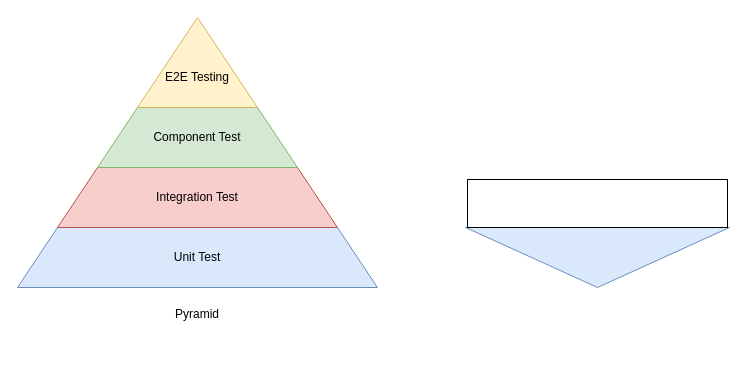
Before: page "Page-6" (6 of 6) of images/microservice-testing.drawio in josdoaitran/microservices-everything, a draw.io diagram. Source tidied: cells renumbered, new cells numbered last; positions are measured from the earlier drawing's top-left corner, leaving out a move shared by most shapes. Both pictures are drawn from the tidied source at 100%, with x=0, y=0 at pixel (17, 2).
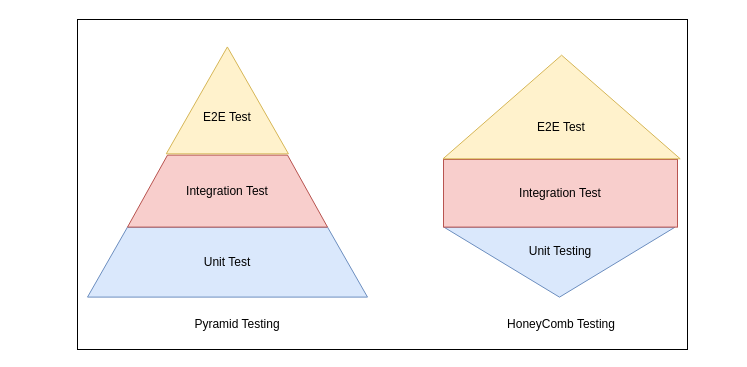
After the change.

Commit message (it also covers changes not shown here):
update images honeycob testing

The edit, as a diff of the source:
```diff
@@
 <mxGraphModel>
   <root>
     <mxCell id="0" />
     <mxCell id="1" parent="0" />
-    <mxCell id="2" value="Unit Test" style="shape=trapezoid;perimeter=trapezoidPerimeter;whiteSpace=wrap;html=1;fixedSize=1;fillColor=#dae8fc;strokeColor=#6c8ebf;size=40;" parent="1" vertex="1">
-      <mxGeometry y="225" width="360" height="60" as="geometry" />
-    </mxCell>
-    <mxCell id="3" value="Integration Test" style="shape=trapezoid;perimeter=trapezoidPerimeter;whiteSpace=wrap;html=1;fixedSize=1;fillColor=#f8cecc;strokeColor=#b85450;size=40;" parent="1" vertex="1">
-      <mxGeometry x="40" y="165" width="280" height="60" as="geometry" />
-    </mxCell>
-    <mxCell id="4" value="Component Test" style="shape=trapezoid;perimeter=trapezoidPerimeter;whiteSpace=wrap;html=1;fixedSize=1;fillColor=#d5e8d4;strokeColor=#82b366;size=40;" parent="1" vertex="1">
-      <mxGeometry x="80" y="105" width="200" height="60" as="geometry" />
-    </mxCell>
-    <mxCell id="5" style="triangle;whiteSpace=wrap;html=1;rotation=-90;fillColor=#fff2cc;strokeColor=#d6b656;" parent="1" vertex="1">
-      <mxGeometry x="135" width="90" height="120" as="geometry" />
-    </mxCell>
-    <mxCell id="6" value="E2E Testing" style="text;html=1;strokeColor=none;fillColor=none;align=center;verticalAlign=middle;whiteSpace=wrap;rounded=0;" parent="1" vertex="1">
-      <mxGeometry x="140" y="65" width="80" height="20" as="geometry" />
-    </mxCell>
+    <mxCell id="10" style="rounded=0;whiteSpace=wrap;html=1;" parent="1" vertex="1">
+      <mxGeometry x="60" y="17" width="610" height="330" as="geometry" />
+    </mxCell>
-    <mxCell id="7" value="Pyramid" style="text;html=1;strokeColor=none;fillColor=none;align=center;verticalAlign=middle;whiteSpace=wrap;rounded=0;" parent="1" vertex="1">
-      <mxGeometry x="150" y="297" width="60" height="30" as="geometry" />
+    <mxCell id="7" value="Pyramid Testing" style="text;html=1;strokeColor=none;fillColor=none;align=center;verticalAlign=middle;whiteSpace=wrap;rounded=0;" parent="1" vertex="1">
+      <mxGeometry x="150" y="307" width="140.2" height="30" as="geometry" />
     </mxCell>
     <mxCell id="8" style="triangle;whiteSpace=wrap;html=1;rotation=90;fillColor=#dae8fc;strokeColor=#6c8ebf;" parent="1" vertex="1">
-      <mxGeometry x="550" y="123" width="60" height="264" as="geometry" />
+      <mxGeometry x="507" y="144.1" width="70" height="231.1" as="geometry" />
     </mxCell>
-    <mxCell id="9" style="rounded=0;whiteSpace=wrap;html=1;" parent="1" vertex="1">
-      <mxGeometry x="450" y="177" width="260" height="48" as="geometry" />
+    <mxCell id="9" value="Integration Test" style="rounded=0;whiteSpace=wrap;html=1;fillColor=#f8cecc;strokeColor=#b85450;" parent="1" vertex="1">
+      <mxGeometry x="426" y="157" width="234" height="67.6" as="geometry" />
     </mxCell>
+    <mxCell id="2" value="Unit Test" style="shape=trapezoid;perimeter=trapezoidPerimeter;whiteSpace=wrap;html=1;fixedSize=1;fillColor=#dae8fc;strokeColor=#6c8ebf;size=40;" parent="1" vertex="1">
+      <mxGeometry x="70" y="224.6" width="280" height="70" as="geometry" />
+    </mxCell>
+    <mxCell id="3" value="Integration Test" style="shape=trapezoid;perimeter=trapezoidPerimeter;whiteSpace=wrap;html=1;fixedSize=1;fillColor=#f8cecc;strokeColor=#b85450;size=40;" parent="1" vertex="1">
+      <mxGeometry x="110" y="152.6" width="200" height="72" as="geometry" />
+    </mxCell>
+    <mxCell id="11" style="triangle;whiteSpace=wrap;html=1;rotation=-90;fillColor=#fff2cc;strokeColor=#d6b656;" parent="1" vertex="1">
+      <mxGeometry x="156.4" y="36.8" width="106.9" height="122.2" as="geometry" />
+    </mxCell>
+    <mxCell id="12" value="E2E Test" style="text;html=1;strokeColor=none;fillColor=none;align=center;verticalAlign=middle;whiteSpace=wrap;rounded=0;" parent="1" vertex="1">
+      <mxGeometry x="170" y="104.6" width="80" height="20" as="geometry" />
+    </mxCell>
+    <mxCell id="13" style="triangle;whiteSpace=wrap;html=1;rotation=-90;fillColor=#fff2cc;strokeColor=#d6b656;" parent="1" vertex="1">
+      <mxGeometry x="492.3" y="-14.1" width="103.6" height="237.2" as="geometry" />
+    </mxCell>
+    <mxCell id="14" value="E2E Test" style="text;html=1;strokeColor=none;fillColor=none;align=center;verticalAlign=middle;whiteSpace=wrap;rounded=0;" parent="1" vertex="1">
+      <mxGeometry x="504.1" y="114.6" width="80" height="20" as="geometry" />
+    </mxCell>
+    <mxCell id="15" value="Unit Testing" style="text;html=1;strokeColor=none;fillColor=none;align=center;verticalAlign=middle;whiteSpace=wrap;rounded=0;" parent="1" vertex="1">
+      <mxGeometry x="503.1" y="239" width="80" height="20" as="geometry" />
+    </mxCell>
+    <mxCell id="16" value="HoneyComb Testing" style="text;html=1;strokeColor=none;fillColor=none;align=center;verticalAlign=middle;whiteSpace=wrap;rounded=0;" parent="1" vertex="1">
+      <mxGeometry x="480.2" y="307" width="128" height="30" as="geometry" />
+    </mxCell>
   </root>
 </mxGraphModel>
```
